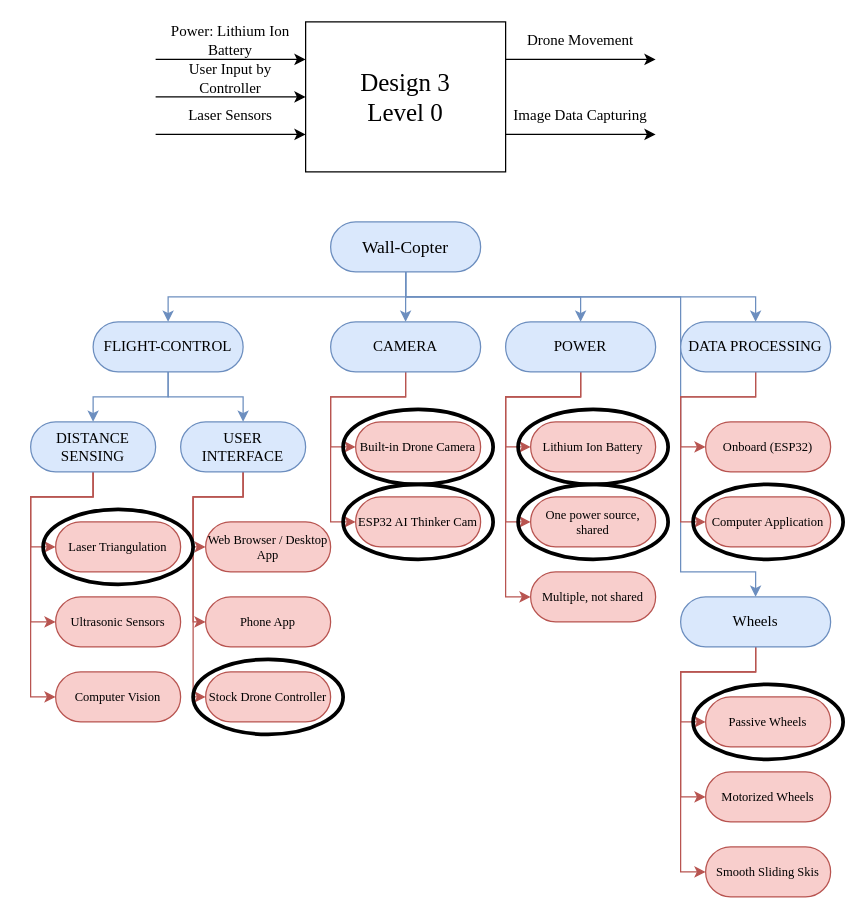
Before: page "Design 3" (4 of 4) of Assignments/resources/assignment3.drawio in jpmossman/SeniorDesign2023Wallcopter, a draw.io diagram. Source tidied: cells renumbered, new cells numbered last; positions are measured from the earlier drawing's top-left corner, leaving out a move shared by most shapes. Both pictures are drawn from the tidied source at 125%, with x=0, y=0 at pixel (30, 21).
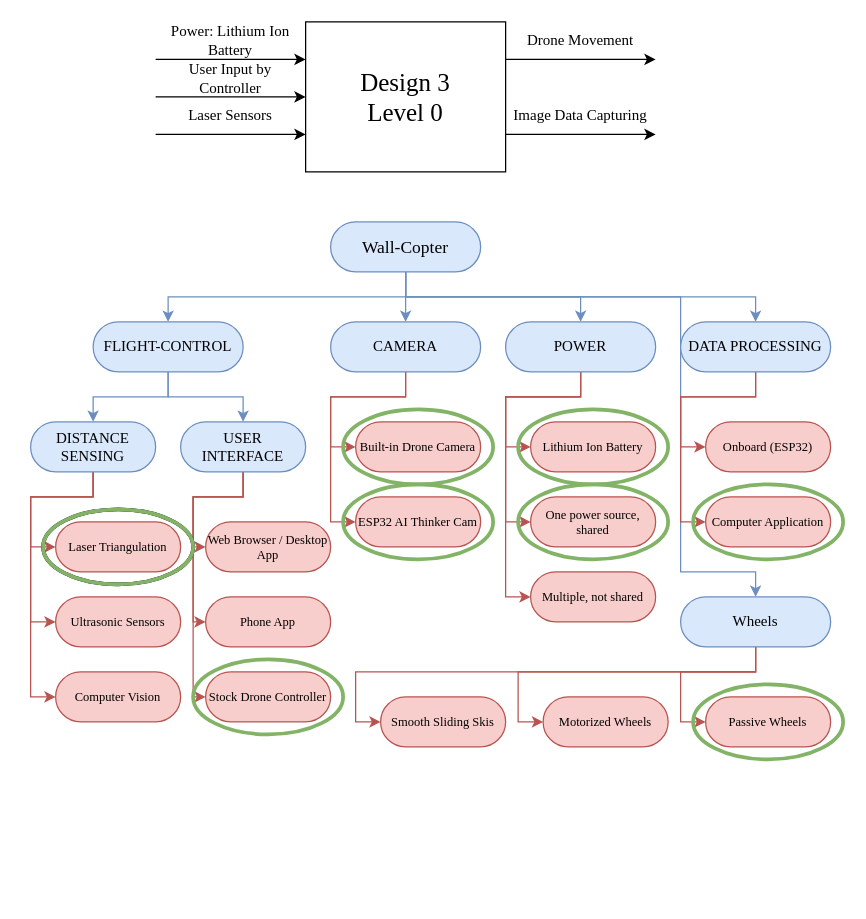
Above is the later version.

Unchanged cells that the change refers to:
```xml
<mxCell id="55" value="Wheels" style="rounded=1;whiteSpace=wrap;html=1;fontFamily=Times New Roman;fontSize=12;arcSize=50;fillColor=#dae8fc;strokeColor=#6c8ebf;" parent="1" vertex="1">
  <mxGeometry x="520" y="460" width="120" height="40" as="geometry" />
</mxCell>
```

What changed in the source:
```diff
@@
     <mxCell id="53" style="edgeStyle=orthogonalEdgeStyle;rounded=0;jettySize=auto;html=1;exitX=0.5;exitY=1;exitDx=0;exitDy=0;entryX=0;entryY=0.5;entryDx=0;entryDy=0;fontFamily=Times New Roman;fontSize=10;fillColor=#f8cecc;strokeColor=#b85450;" parent="1" edge="1" source="55" target="57">
       <mxGeometry relative="1" as="geometry">
         <Array as="points">
           <mxPoint x="580" y="520" />
-          <mxPoint x="520" y="520" />
-          <mxPoint x="520" y="620" />
+          <mxPoint x="390" y="520" />
+          <mxPoint x="390" y="560" />
         </Array>
       </mxGeometry>
     </mxCell>
     <mxCell id="54" style="edgeStyle=orthogonalEdgeStyle;rounded=0;jettySize=auto;html=1;exitX=0.5;exitY=1;exitDx=0;exitDy=0;entryX=0;entryY=0.5;entryDx=0;entryDy=0;fontFamily=Times New Roman;fontSize=10;fillColor=#f8cecc;strokeColor=#b85450;" parent="1" edge="1" source="55" target="58">
       <mxGeometry relative="1" as="geometry">
         <Array as="points">
           <mxPoint x="580" y="520" />
-          <mxPoint x="520" y="520" />
-          <mxPoint x="520" y="680" />
+          <mxPoint x="260" y="520" />
+          <mxPoint x="260" y="560" />
         </Array>
       </mxGeometry>
     </mxCell>
@@
     <mxCell id="57" value="Motorized Wheels" style="rounded=1;whiteSpace=wrap;html=1;fontFamily=Times New Roman;fontSize=10;arcSize=50;fillColor=#f8cecc;strokeColor=#b85450;" parent="1" vertex="1">
-      <mxGeometry x="540" y="600" width="100" height="40" as="geometry" />
+      <mxGeometry x="410" y="540" width="100" height="40" as="geometry" />
     </mxCell>
     <mxCell id="58" value="Smooth Sliding Skis" style="rounded=1;whiteSpace=wrap;html=1;fontFamily=Times New Roman;fontSize=10;arcSize=50;fillColor=#f8cecc;strokeColor=#b85450;" parent="1" vertex="1">
-      <mxGeometry x="540" y="660" width="100" height="40" as="geometry" />
+      <mxGeometry x="280" y="540" width="100" height="40" as="geometry" />
     </mxCell>
-    <mxCell id="59" style="ellipse;whiteSpace=wrap;html=1;fontFamily=Times New Roman;fontSize=10;strokeColor=default;strokeWidth=3;fillColor=none;" parent="1" vertex="1">
+    <mxCell id="59" style="ellipse;whiteSpace=wrap;html=1;fontFamily=Times New Roman;fontSize=10;strokeColor=#82b366;strokeWidth=3;fillColor=none;" parent="1" vertex="1">
       <mxGeometry x="130" y="510" width="120" height="60" as="geometry" />
     </mxCell>
@@
-    <mxCell id="62" style="ellipse;whiteSpace=wrap;html=1;fontFamily=Times New Roman;fontSize=10;strokeColor=default;strokeWidth=3;fillColor=none;" parent="1" vertex="1">
+    <mxCell id="62" style="ellipse;whiteSpace=wrap;html=1;fontFamily=Times New Roman;fontSize=10;strokeColor=#82b366;strokeWidth=3;fillColor=none;" parent="1" vertex="1">
       <mxGeometry x="250" y="370" width="120" height="60" as="geometry" />
     </mxCell>
-    <mxCell id="63" style="ellipse;whiteSpace=wrap;html=1;fontFamily=Times New Roman;fontSize=10;strokeColor=default;strokeWidth=3;fillColor=none;" parent="1" vertex="1">
+    <mxCell id="63" style="ellipse;whiteSpace=wrap;html=1;fontFamily=Times New Roman;fontSize=10;strokeColor=#82b366;strokeWidth=3;fillColor=none;" parent="1" vertex="1">
       <mxGeometry x="250" y="310" width="120" height="60" as="geometry" />
     </mxCell>
-    <mxCell id="64" style="ellipse;whiteSpace=wrap;html=1;fontFamily=Times New Roman;fontSize=10;strokeColor=default;strokeWidth=3;fillColor=none;" parent="1" vertex="1">
+    <mxCell id="64" style="ellipse;whiteSpace=wrap;html=1;fontFamily=Times New Roman;fontSize=10;strokeColor=#82b366;strokeWidth=3;fillColor=none;" parent="1" vertex="1">
       <mxGeometry x="390" y="310" width="120" height="60" as="geometry" />
     </mxCell>
-    <mxCell id="65" style="ellipse;whiteSpace=wrap;html=1;fontFamily=Times New Roman;fontSize=10;strokeColor=default;strokeWidth=3;fillColor=none;" parent="1" vertex="1">
+    <mxCell id="65" style="ellipse;whiteSpace=wrap;html=1;fontFamily=Times New Roman;fontSize=10;strokeColor=#82b366;strokeWidth=3;fillColor=none;" parent="1" vertex="1">
       <mxGeometry x="390" y="370" width="120" height="60" as="geometry" />
     </mxCell>
-    <mxCell id="66" style="ellipse;whiteSpace=wrap;html=1;fontFamily=Times New Roman;fontSize=10;strokeColor=default;strokeWidth=3;fillColor=none;" parent="1" vertex="1">
+    <mxCell id="66" style="ellipse;whiteSpace=wrap;html=1;fontFamily=Times New Roman;fontSize=10;strokeColor=#82b366;strokeWidth=3;fillColor=none;" parent="1" vertex="1">
       <mxGeometry x="530" y="530" width="120" height="60" as="geometry" />
     </mxCell>
-    <mxCell id="67" style="ellipse;whiteSpace=wrap;html=1;fontFamily=Times New Roman;fontSize=10;strokeColor=default;strokeWidth=3;fillColor=none;" parent="1" vertex="1">
+    <mxCell id="67" style="ellipse;whiteSpace=wrap;html=1;fontFamily=Times New Roman;fontSize=10;strokeColor=#82b366;strokeWidth=3;fillColor=none;" parent="1" vertex="1">
       <mxGeometry x="530" y="370" width="120" height="60" as="geometry" />
     </mxCell>
+    <mxCell id="68" style="ellipse;whiteSpace=wrap;html=1;fontFamily=Times New Roman;fontSize=10;strokeColor=#82b366;strokeWidth=3;fillColor=none;" parent="1" vertex="1">
+      <mxGeometry x="10" y="390" width="120" height="60" as="geometry" />
+    </mxCell>
```
